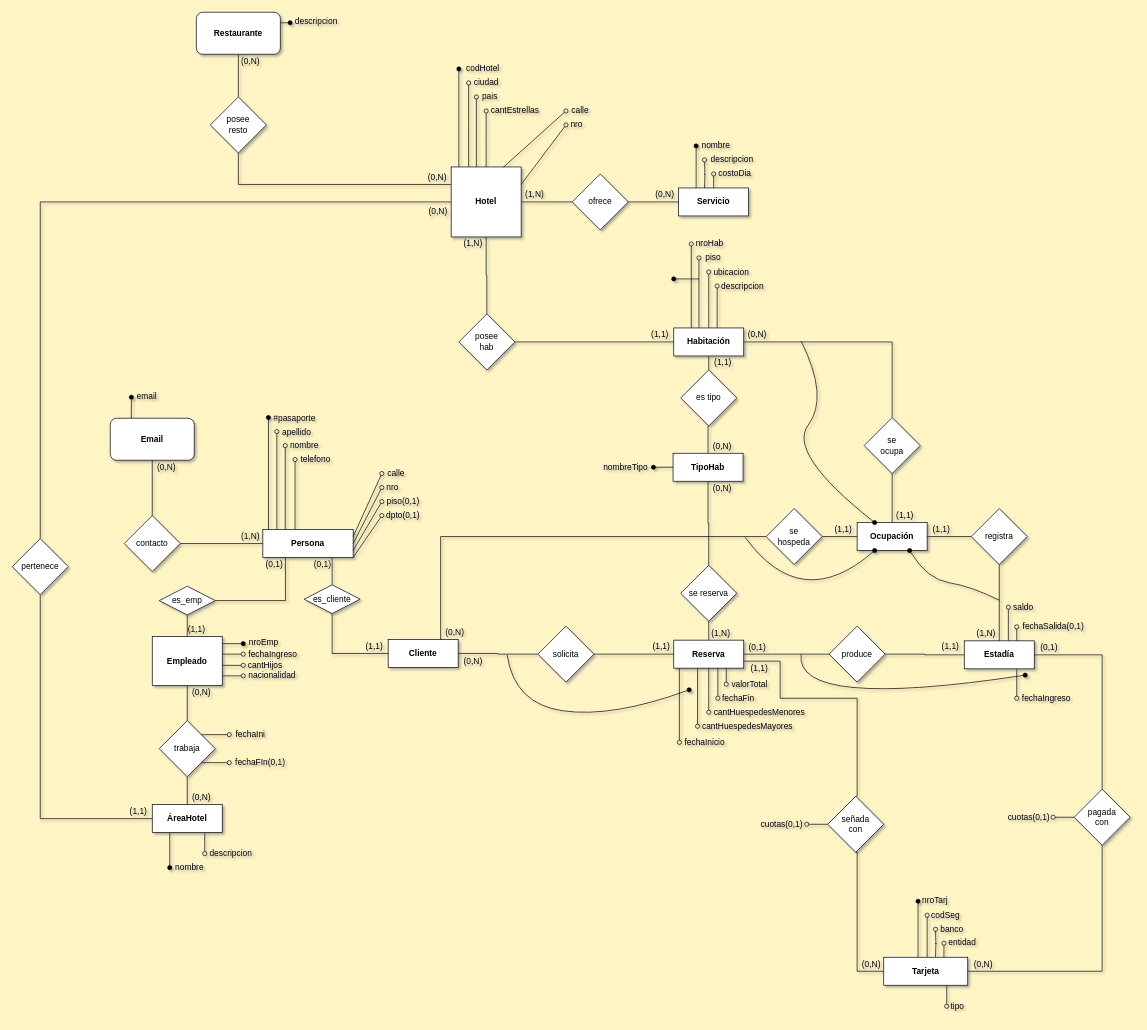
Before: BD/01-modelos/06-hotel/ej6-logico.drawio in sergiocld99/unlp-tramo-final, a draw.io diagram. Source tidied: cells renumbered, new cells numbered last; positions are measured from the earlier drawing's top-left corner, leaving out a move shared by most shapes. Both pictures are drawn from the tidied source at 70%, with x=0, y=0 at pixel (12, 12).
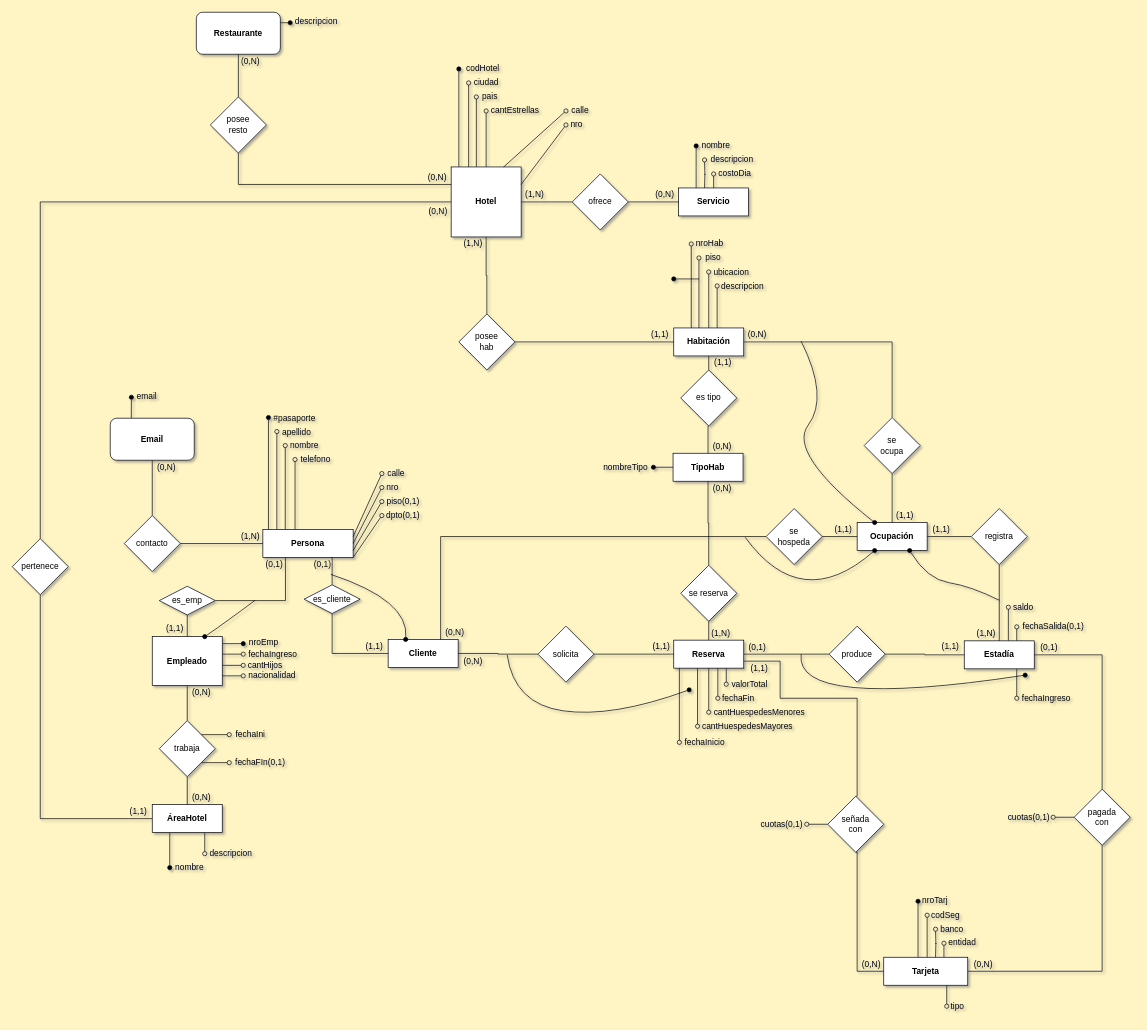
After the change.

The change refers to these unchanged cells:
```xml
<mxCell id="32" value="Cliente" style="rounded=0;whiteSpace=wrap;html=1;fontStyle=1;" parent="1" vertex="1">
  <mxGeometry x="537" y="896" width="100" height="40" as="geometry" />
</mxCell>
<mxCell id="37" value="Empleado" style="rounded=0;whiteSpace=wrap;html=1;fontStyle=1;" parent="1" vertex="1">
  <mxGeometry x="200" y="892" width="100" height="70" as="geometry" />
</mxCell>
<mxCell id="198" value="(0,1)" style="text;html=1;align=center;verticalAlign=middle;points=[];strokeColor=none;fillColor=none;" parent="1" vertex="1">
  <mxGeometry x="423" y="779" width="40" height="20" as="geometry" />
</mxCell>
```

What changed in the source:
```diff
@@
     <mxCell id="199" value="(1,1)" style="text;html=1;align=center;verticalAlign=middle;strokeColor=none;fillColor=none;" parent="1" vertex="1">
-      <mxGeometry x="243" y="872" width="40" height="20" as="geometry" />
+      <mxGeometry x="212" y="870" width="40" height="20" as="geometry" />
     </mxCell>
@@
+    <mxCell id="201" style="curved=1;endArrow=oval;html=1;rounded=0;exitX=0.8;exitY=1.2;exitDx=0;exitDy=0;exitPerimeter=0;entryX=0.25;entryY=0;entryDx=0;entryDy=0;endFill=1;" parent="1" edge="1" source="198" target="32">
+      <mxGeometry relative="1" as="geometry">
+        <Array as="points">
+          <mxPoint x="567" y="840" />
+        </Array>
+      </mxGeometry>
+    </mxCell>
+    <mxCell id="202" style="curved=1;endArrow=oval;html=1;rounded=0;entryX=0.75;entryY=0;entryDx=0;entryDy=0;endFill=1;" parent="1" edge="1" target="37">
+      <mxGeometry relative="1" as="geometry">
+        <mxPoint x="347" y="840" as="sourcePoint" />
+        <Array as="points">
+          <mxPoint x="307" y="870" />
+        </Array>
+      </mxGeometry>
+    </mxCell>
```
